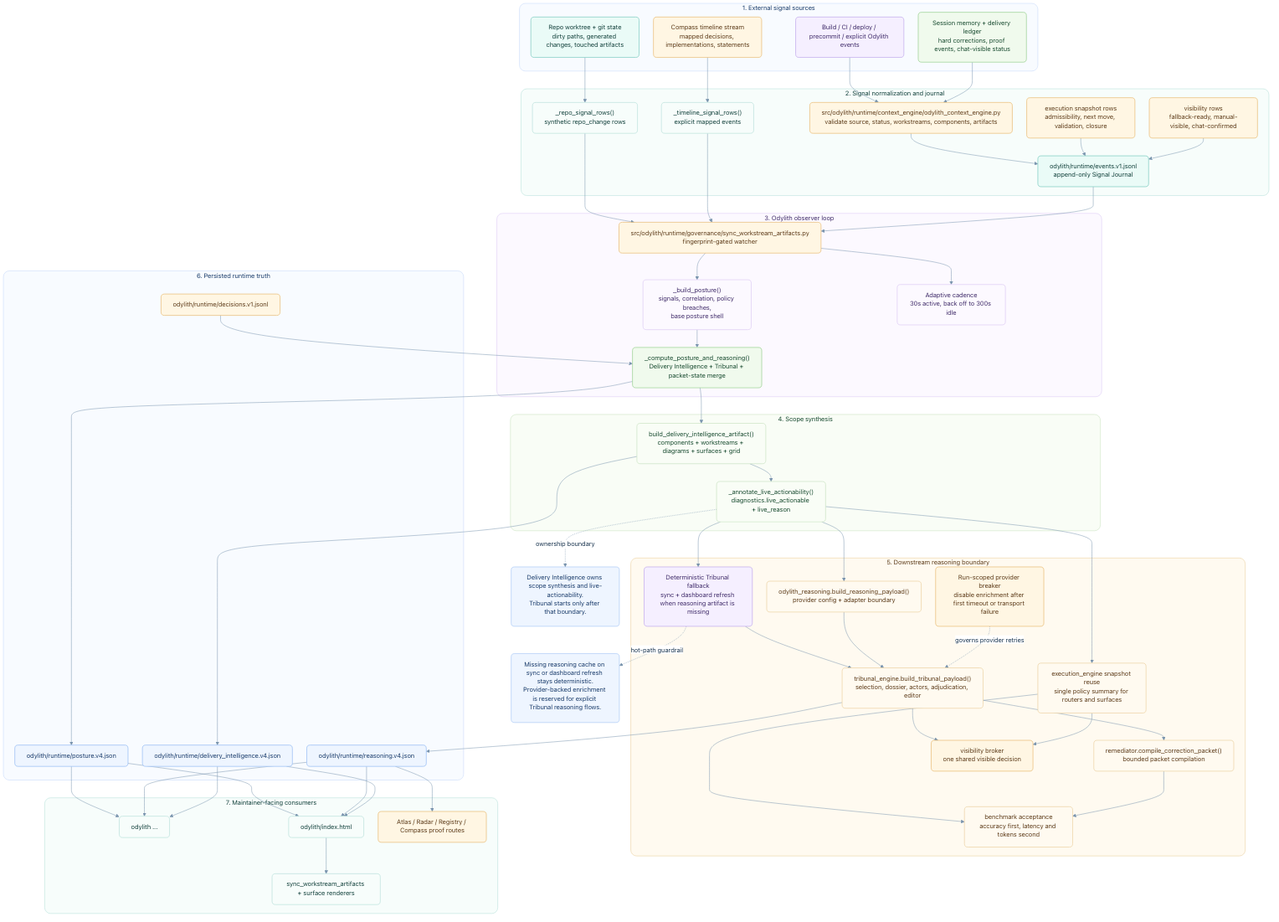
Earlier version of the Mermaid export odylith/atlas/source/odylith-delivery-intelligence-signal-journal-and-observer-pipeline.png (odylith/odylith). Its source is kept beside it as odylith/atlas/source/odylith-delivery-intelligence-signal-journal-and-observer-pipeline.mmd.
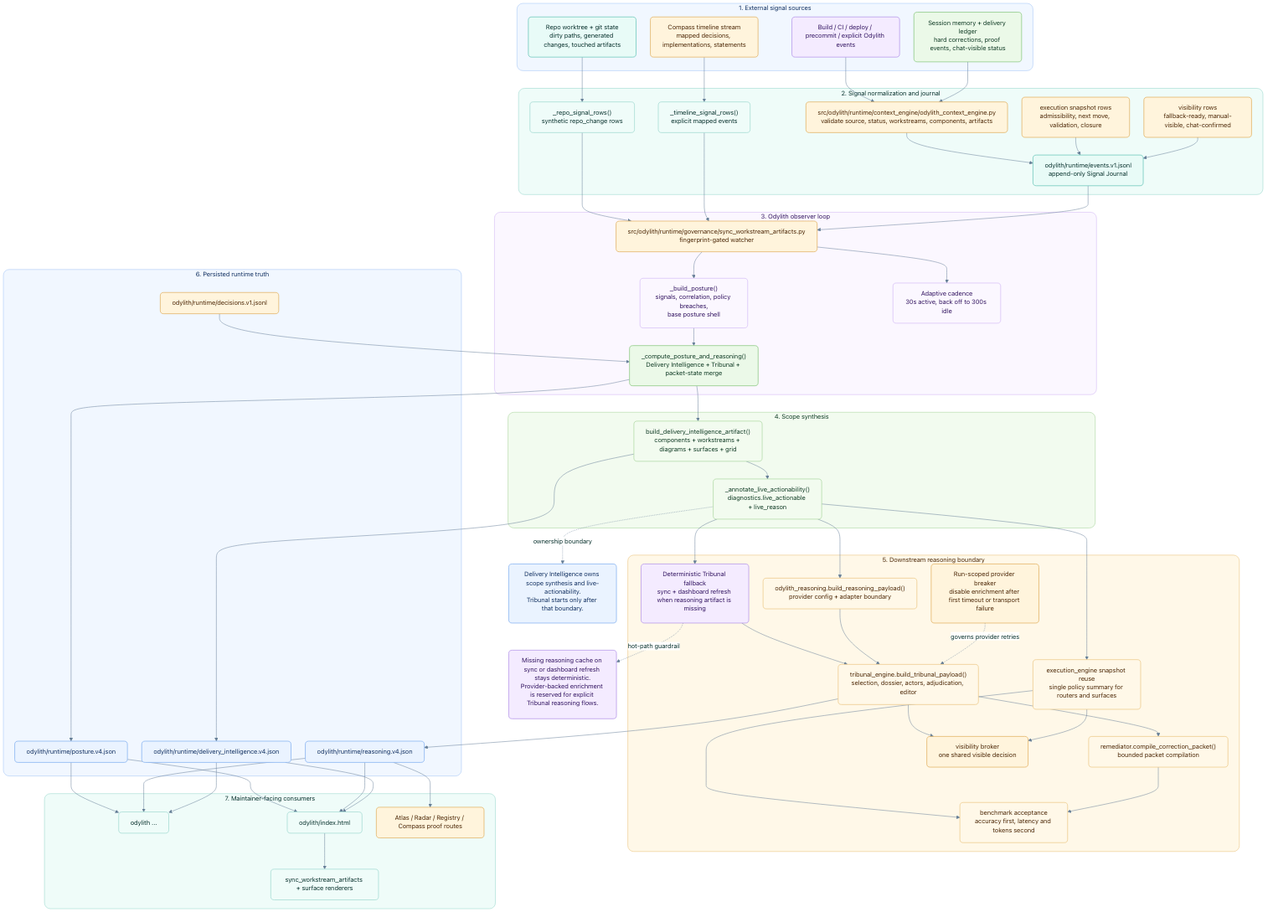
After the commit.

What changed in the source:
```diff
@@ -100,4 +100,4 @@
   Live -. ownership boundary .-> NoteA
   Fallback -. hot-path guardrail .-> NoteB
 
-  classDef note fill:#eef5ff,stroke:#91b9f4,color:#183a68;
+  classDef note fill:#eaf3ff,stroke:#77a9ef,color:#102f5f;
```
